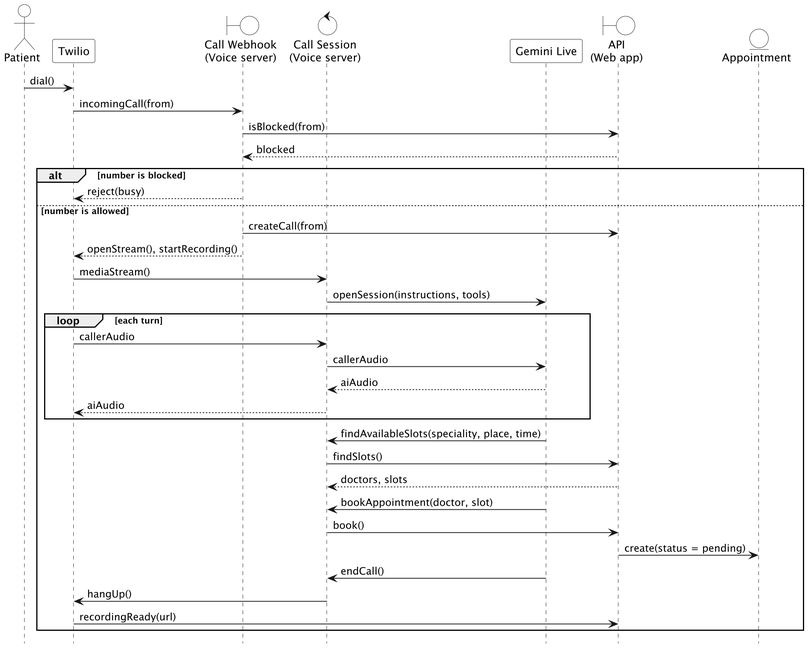
AtriOmar/riaya-report keeps this PlantUML diagram as images/diagrams/sequence_call_flow.png. Above is the earlier version.
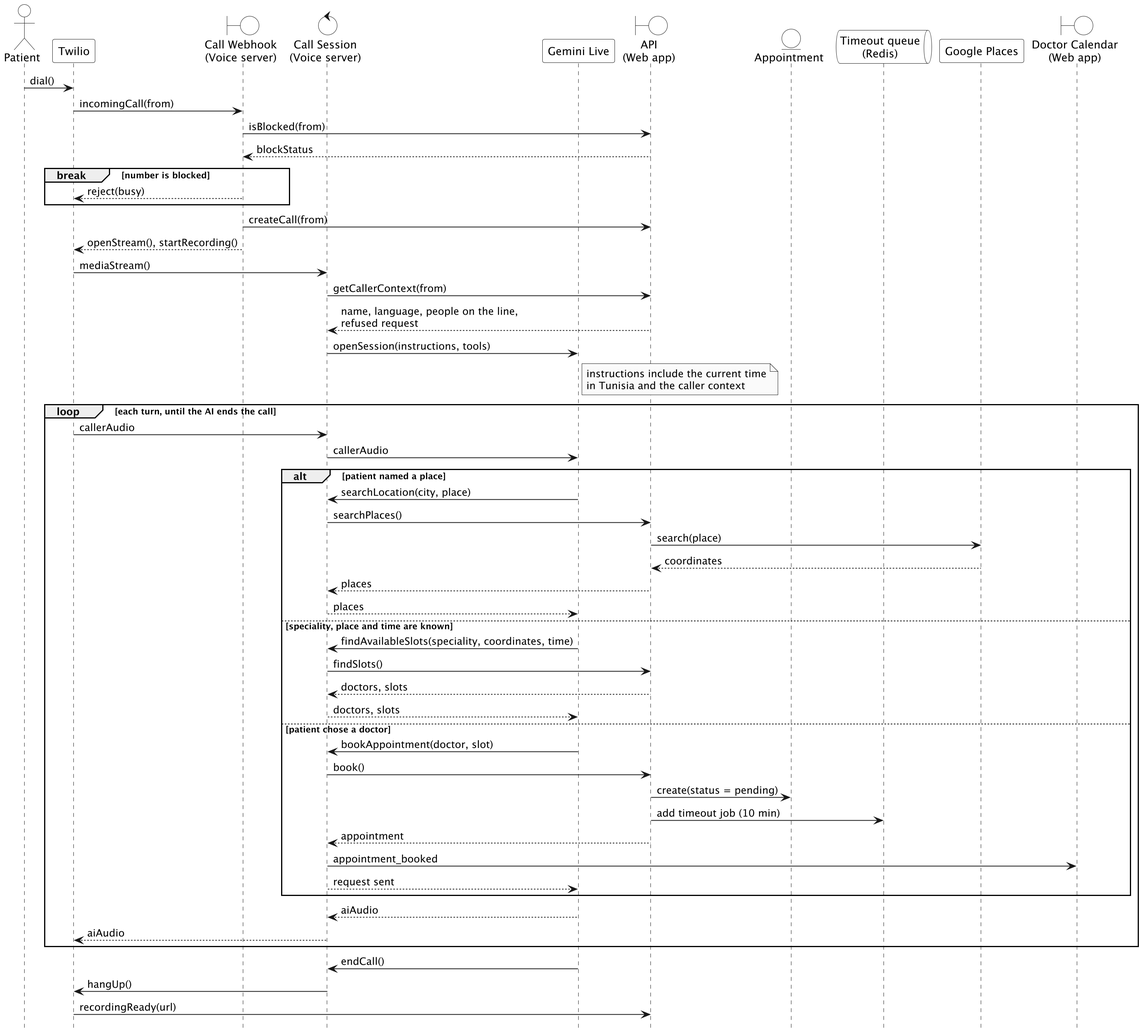
The same file after the commit.

What changed in the source:
```diff
@@ -19,32 +19,55 @@
 participant "Gemini Live" as G
 boundary "API\n(Web app)" as A
 entity "Appointment" as E
+queue "Timeout queue\n(Redis)" as Q
+participant "Google Places" as GP
+boundary "Doctor Calendar\n(Web app)" as C
 
 P -> T : dial()
 T -> H : incomingCall(from)
 H -> A : isBlocked(from)
-A --> H : blocked
-alt number is blocked
+A --> H : blockStatus
+break number is blocked
   H --> T : reject(busy)
-else number is allowed
-  H -> A : createCall(from)
-  H --> T : openStream(), startRecording()
-  T -> S : mediaStream()
-  S -> G : openSession(instructions, tools)
-  loop each turn
-    T -> S : callerAudio
-    S -> G : callerAudio
-    G --> S : aiAudio
-    S --> T : aiAudio
+end
+H -> A : createCall(from)
+H --> T : openStream(), startRecording()
+T -> S : mediaStream()
+S -> A : getCallerContext(from)
+A --> S : name, language, people on the line,\nrefused request
+S -> G : openSession(instructions, tools)
+note right of G
+  instructions include the current time
+  in Tunisia and the caller context
+end note
+loop each turn, until the AI ends the call
+  T -> S : callerAudio
+  S -> G : callerAudio
+  alt patient named a place
+    G -> S : searchLocation(city, place)
+    S -> A : searchPlaces()
+    A -> GP : search(place)
+    GP --> A : coordinates
+    A --> S : places
+    S --> G : places
+  else speciality, place and time are known
+    G -> S : findAvailableSlots(speciality, coordinates, time)
+    S -> A : findSlots()
+    A --> S : doctors, slots
+    S --> G : doctors, slots
+  else patient chose a doctor
+    G -> S : bookAppointment(doctor, slot)
+    S -> A : book()
+    A -> E : create(status = pending)
+    A -> Q : add timeout job (10 min)
+    A --> S : appointment
+    S -> C : appointment_booked
+    S --> G : request sent
   end
-  G -> S : findAvailableSlots(speciality, place, time)
-  S -> A : findSlots()
-  A --> S : doctors, slots
-  G -> S : bookAppointment(doctor, slot)
-  S -> A : book()
-  A -> E : create(status = pending)
-  G -> S : endCall()
-  S -> T : hangUp()
-  T -> A : recordingReady(url)
+  G --> S : aiAudio
+  S --> T : aiAudio
 end
+G -> S : endCall()
+S -> T : hangUp()
+T -> A : recordingReady(url)
 @enduml
```
